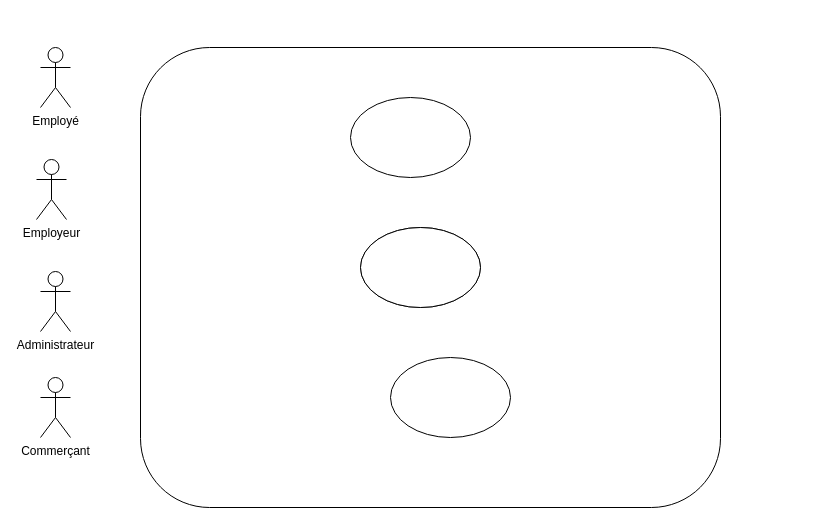
The draw.io diagram Avnetix.drawio in msisitr/aventix-design, before the edit. Source tidied: cells renumbered, new cells numbered last; positions are measured from the earlier drawing's top-left corner, leaving out a move shared by most shapes. Both pictures are drawn from the tidied source at 100%, with x=0, y=0 at pixel (36, 47).
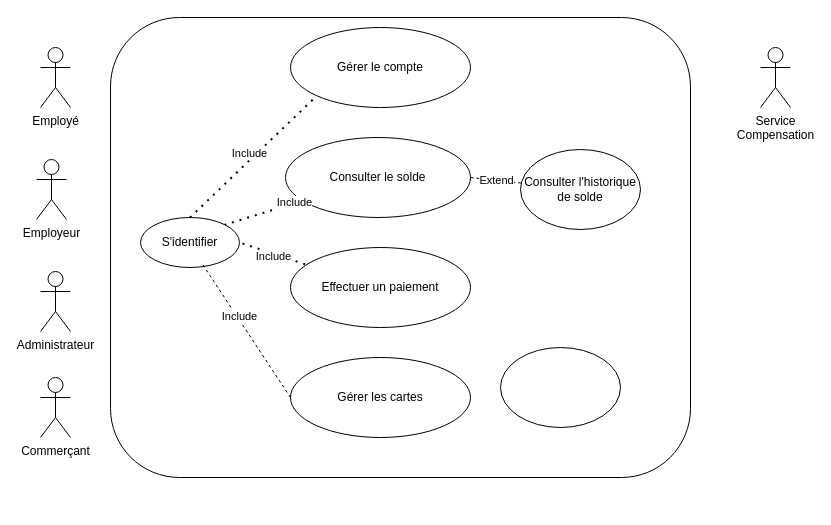
After the change.

Commit message (it also covers changes not shown here):
Mettre à jour Avnetix.drawio

The edit, as a diff of the source:
```diff
@@
     <mxCell id="2" style="rounded=1;whiteSpace=wrap;html=1;" parent="1" vertex="1">
-      <mxGeometry x="104" width="580" height="460" as="geometry" />
+      <mxGeometry x="74" y="-30" width="580" height="460" as="geometry" />
     </mxCell>
@@
-    <mxCell id="5" style="ellipse;whiteSpace=wrap;html=1;" parent="1" vertex="1">
-      <mxGeometry x="324" y="180" width="120" height="80" as="geometry" />
+    <mxCell id="5" value="Effectuer un paiement " style="ellipse;whiteSpace=wrap;html=1;" parent="1" vertex="1">
+      <mxGeometry x="254" y="200" width="180" height="80" as="geometry" />
     </mxCell>
-    <mxCell id="6" style="ellipse;whiteSpace=wrap;html=1;" parent="1" vertex="1">
-      <mxGeometry x="324" y="180" width="120" height="80" as="geometry" />
+    <mxCell id="6" value="Gérer le compte" style="ellipse;whiteSpace=wrap;html=1;" parent="1" vertex="1">
+      <mxGeometry x="254" y="-20" width="180" height="80" as="geometry" />
     </mxCell>
-    <mxCell id="7" style="ellipse;whiteSpace=wrap;html=1;" parent="1" vertex="1">
-      <mxGeometry x="314" y="50" width="120" height="80" as="geometry" />
+    <mxCell id="7" value="S'identifier" style="ellipse;whiteSpace=wrap;html=1;" parent="1" vertex="1">
+      <mxGeometry x="104" y="170" width="99" height="50" as="geometry" />
     </mxCell>
-    <mxCell id="8" style="ellipse;whiteSpace=wrap;html=1;" parent="1" vertex="1">
-      <mxGeometry x="354" y="310" width="120" height="80" as="geometry" />
+    <mxCell id="8" value="Gérer les cartes" style="ellipse;whiteSpace=wrap;html=1;" parent="1" vertex="1">
+      <mxGeometry x="254" y="310" width="180" height="80" as="geometry" />
     </mxCell>
@@
+    <mxCell id="11" value="Consulter le solde" style="ellipse;whiteSpace=wrap;html=1;" parent="1" vertex="1">
+      <mxGeometry x="249" y="90" width="185" height="80" as="geometry" />
+    </mxCell>
+    <mxCell id="12" style="endArrow=none;dashed=1;html=1;dashPattern=1 3;strokeWidth=2;rounded=0;exitX=0.081;exitY=0.21;exitDx=0;exitDy=0;entryX=1;entryY=0.5;entryDx=0;entryDy=0;exitPerimeter=0;" parent="1" edge="1" source="5" target="7">
+      <mxGeometry relative="1" as="geometry" />
+    </mxCell>
+    <mxCell id="13" value="Include" style="edgeLabel;html=1;align=center;verticalAlign=middle;" parent="12" vertex="1">
+      <mxGeometry x="-0.05" y="1" relative="1" as="geometry">
+        <mxPoint y="1" as="offset" />
+      </mxGeometry>
+    </mxCell>
+    <mxCell id="14" style="endArrow=none;dashed=1;html=1;rounded=0;exitX=0;exitY=0.5;exitDx=0;exitDy=0;entryX=0.624;entryY=0.928;entryDx=0;entryDy=0;entryPerimeter=0;" parent="1" edge="1" source="8" target="7">
+      <mxGeometry relative="1" as="geometry" />
+    </mxCell>
+    <mxCell id="15" value="Include" style="edgeLabel;html=1;align=center;verticalAlign=middle;" parent="14" vertex="1">
+      <mxGeometry x="0.2" y="-2" relative="1" as="geometry" />
+    </mxCell>
+    <mxCell id="16" style="endArrow=none;dashed=1;html=1;dashPattern=1 3;strokeWidth=2;rounded=0;entryX=1;entryY=0;entryDx=0;entryDy=0;" parent="1" edge="1" source="11" target="7">
+      <mxGeometry relative="1" as="geometry" />
+    </mxCell>
+    <mxCell id="17" value="Include" style="edgeLabel;html=1;align=center;verticalAlign=middle;" parent="16" vertex="1">
+      <mxGeometry x="0.01" relative="1" as="geometry">
+        <mxPoint x="31" y="-11" as="offset" />
+      </mxGeometry>
+    </mxCell>
+    <mxCell id="18" style="endArrow=none;dashed=1;html=1;dashPattern=1 3;strokeWidth=2;rounded=0;exitX=0.5;exitY=0;exitDx=0;exitDy=0;entryX=0;entryY=1;entryDx=0;entryDy=0;" parent="1" edge="1" source="7" target="6">
+      <mxGeometry relative="1" as="geometry" />
+    </mxCell>
+    <mxCell id="19" value="Include" style="edgeLabel;html=1;align=center;verticalAlign=middle;" parent="18" vertex="1">
+      <mxGeometry x="-0.01" y="6" relative="1" as="geometry" />
+    </mxCell>
+    <mxCell id="20" value="&lt;div&gt;Service&lt;/div&gt;&lt;div&gt;Compensation&lt;/div&gt;" style="shape=umlActor;verticalLabelPosition=bottom;verticalAlign=top;html=1;" parent="1" vertex="1">
+      <mxGeometry x="724" width="30" height="60" as="geometry" />
+    </mxCell>
+    <mxCell id="21" style="endArrow=none;dashed=1;html=1;rounded=0;exitX=1;exitY=0.5;exitDx=0;exitDy=0;" parent="1" edge="1" source="11" target="23">
+      <mxGeometry relative="1" as="geometry" />
+    </mxCell>
+    <mxCell id="22" value="Extend" style="edgeLabel;html=1;align=center;verticalAlign=middle;" parent="21" vertex="1">
+      <mxGeometry relative="1" as="geometry" />
+    </mxCell>
+    <mxCell id="23" value="Consulter l'historique de solde" style="ellipse;whiteSpace=wrap;html=1;" parent="1" vertex="1">
+      <mxGeometry x="484" y="102" width="120" height="80" as="geometry" />
+    </mxCell>
+    <mxCell id="24" style="ellipse;whiteSpace=wrap;html=1;" parent="1" vertex="1">
+      <mxGeometry x="464" y="300" width="120" height="80" as="geometry" />
+    </mxCell>
```
